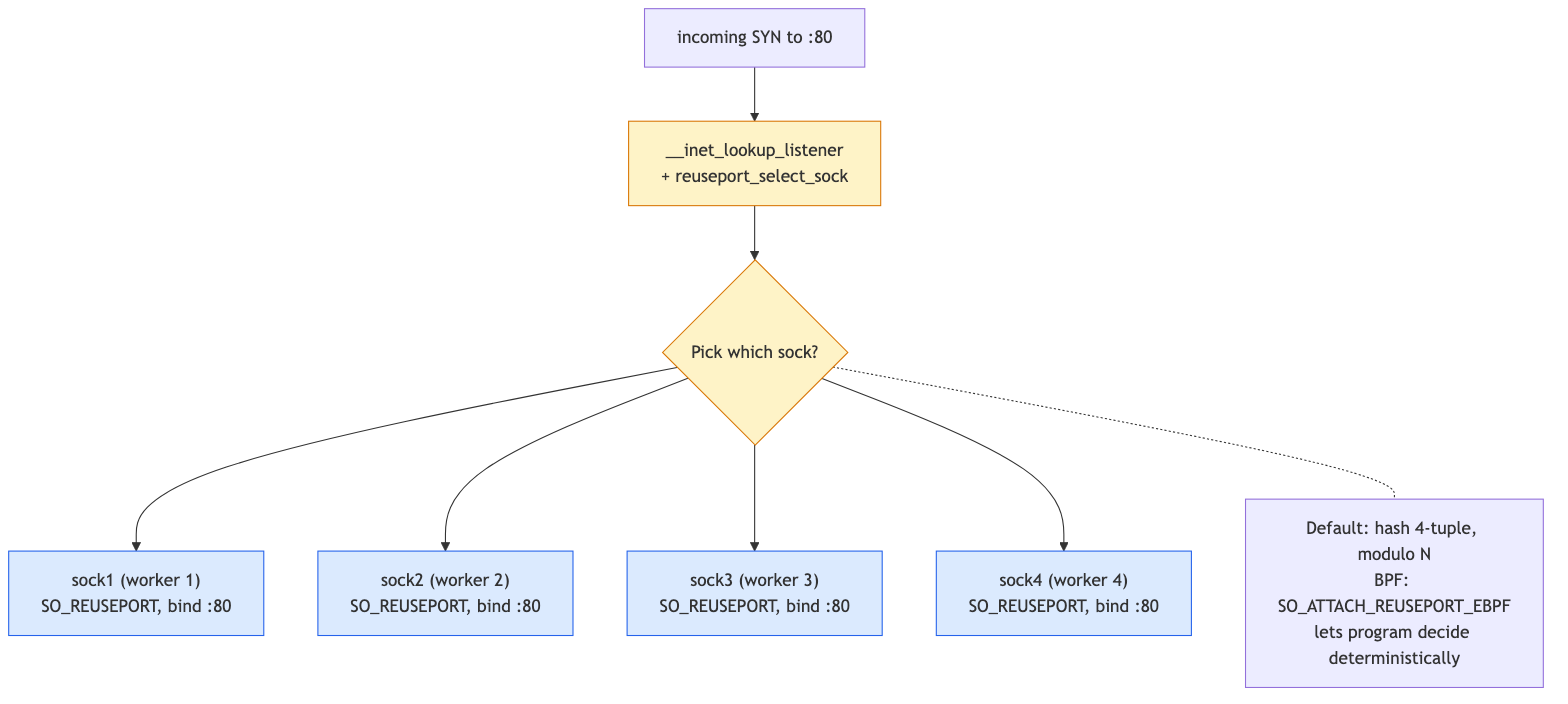
The Mermaid diagram linux-net/src/diagrams/day24_reuseport.png in biefy/books, before a commit. Its source is kept beside it as linux-net/src/diagrams/src/day24_reuseport.mmd.
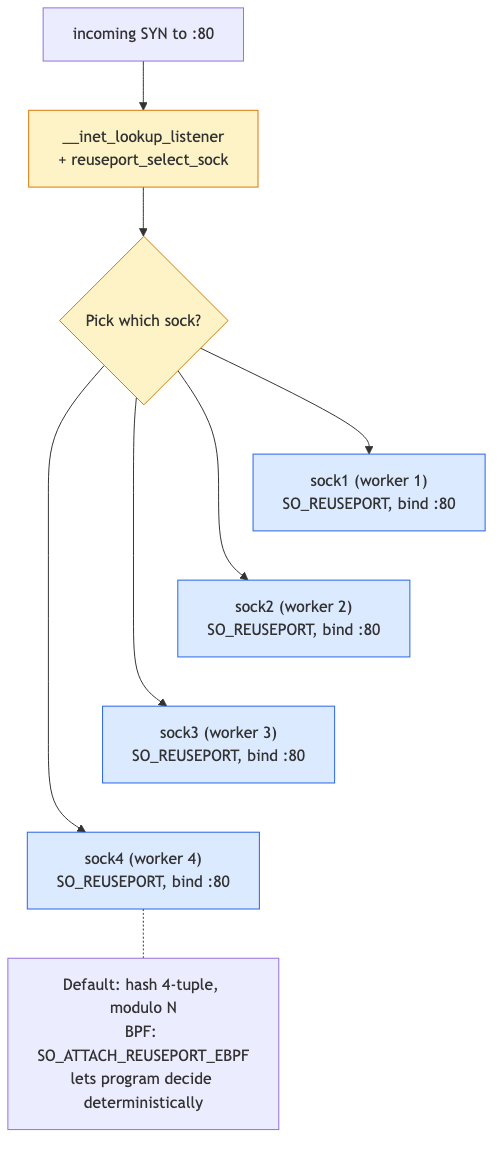
The same diagram one commit later.

What changed in the source:
```diff
@@ -1,22 +1,22 @@
 flowchart TD
+    SYN["incoming SYN to :80"]
+    Hash["__inet_lookup_listener<br/>+ reuseport_select_sock"]
+    Pick{Pick which sock?}
+
     Listen1["sock1 (worker 1)<br/>SO_REUSEPORT, bind :80"]
     Listen2["sock2 (worker 2)<br/>SO_REUSEPORT, bind :80"]
     Listen3["sock3 (worker 3)<br/>SO_REUSEPORT, bind :80"]
     Listen4["sock4 (worker 4)<br/>SO_REUSEPORT, bind :80"]
 
-    SYN["incoming SYN to :80"]
-    Hash["__inet_lookup_listener<br/>+ reuseport_select_sock"]
-    Pick{Pick which sock?}
+    Note["Default: hash 4-tuple, modulo N<br/>BPF: SO_ATTACH_REUSEPORT_EBPF<br/>lets program decide deterministically"]
 
+    SYN --> Hash --> Pick
     Pick --> Listen1
     Pick --> Listen2
     Pick --> Listen3
     Pick --> Listen4
-
-    Note["Default: hash 4-tuple, modulo N<br/>BPF: SO_ATTACH_REUSEPORT_EBPF<br/>lets program decide deterministically"]
-
-    SYN --> Hash --> Pick
-    Pick -.- Note
+    Listen1 ~~~ Listen2 ~~~ Listen3 ~~~ Listen4
+    Listen4 -.- Note
 
     classDef sock fill:#dbeafe,stroke:#2563eb
     classDef hot fill:#fef3c7,stroke:#d97706
```
